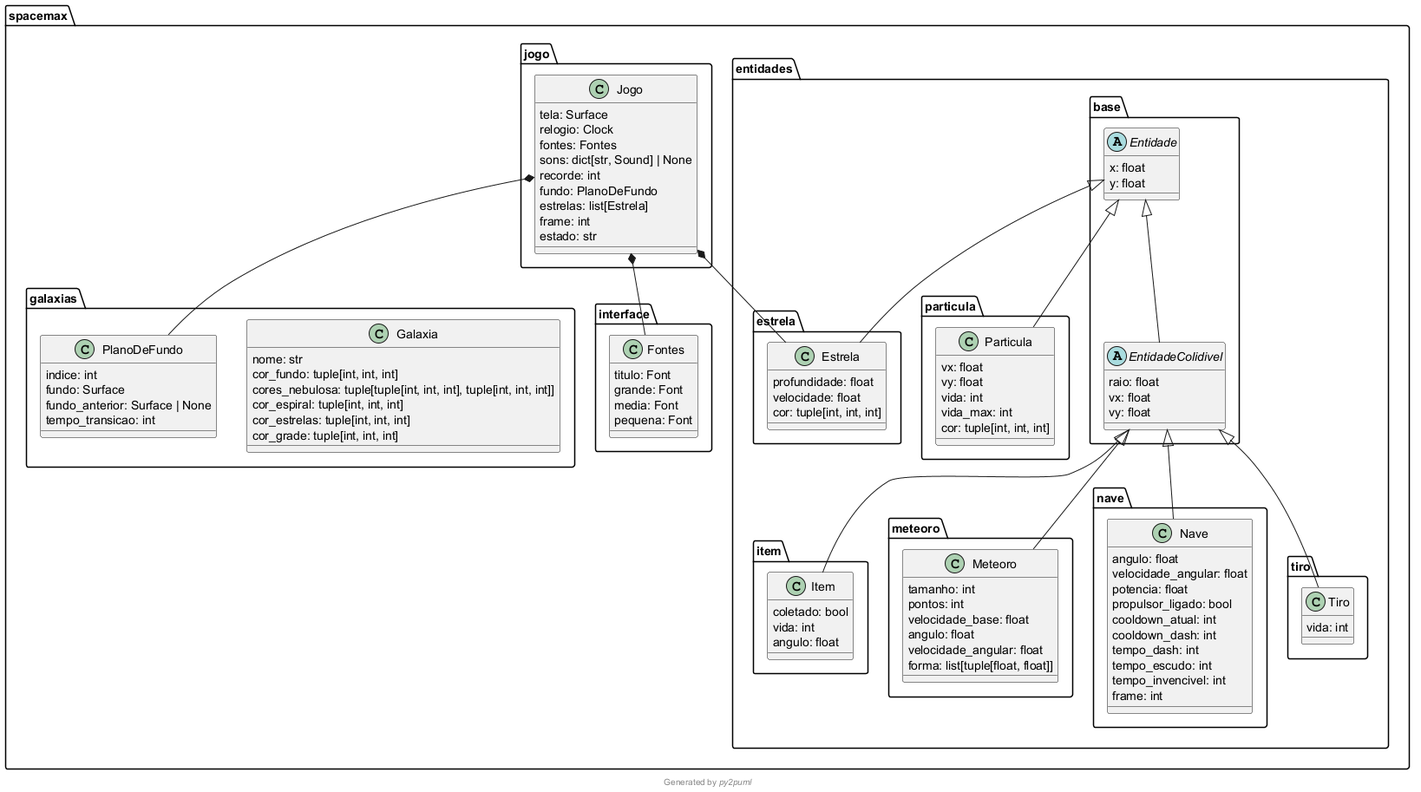
Earlier version of the PlantUML export docs/uml/imagens/classes_py2puml.png (viniciussantos184/SpaceMax).
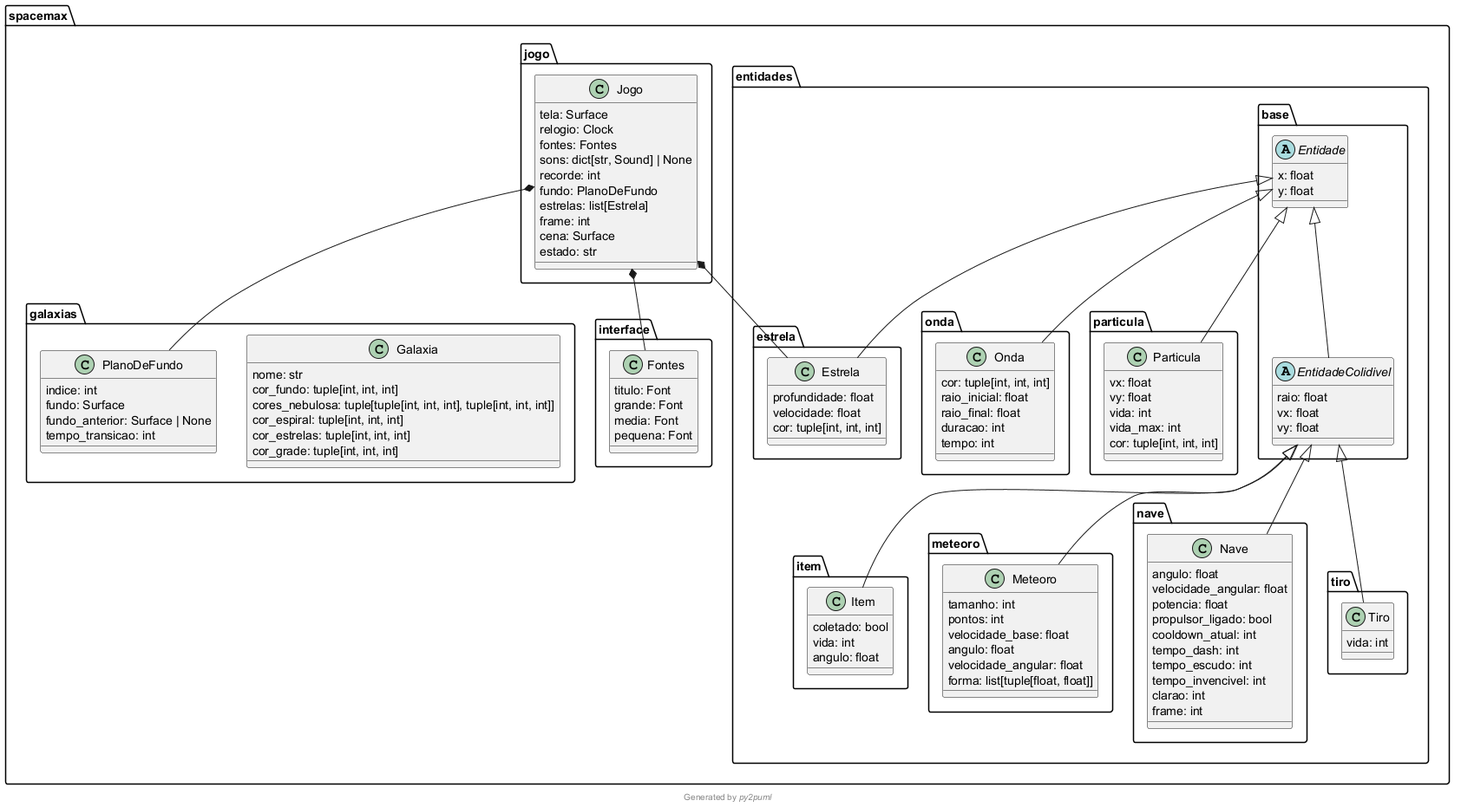
Above is the later version.

Diff of the diagram source:
```diff
@@ -34,11 +34,18 @@
   potencia: float
   propulsor_ligado: bool
   cooldown_atual: int
-  cooldown_dash: int
   tempo_dash: int
   tempo_escudo: int
   tempo_invencivel: int
+  clarao: int
   frame: int
+}
+class spacemax.entidades.onda.Onda {
+  cor: tuple[int, int, int]
+  raio_inicial: float
+  raio_final: float
+  duracao: int
+  tempo: int
 }
 class spacemax.entidades.particula.Particula {
   vx: float
@@ -79,6 +86,7 @@
   fundo: PlanoDeFundo
   estrelas: list[Estrela]
   frame: int
+  cena: Surface
   estado: str
 }
 spacemax.entidades.base.Entidade <|-- spacemax.entidades.base.EntidadeColidivel
@@ -86,6 +94,7 @@
 spacemax.entidades.base.EntidadeColidivel <|-- spacemax.entidades.item.Item
 spacemax.entidades.base.EntidadeColidivel <|-- spacemax.entidades.meteoro.Meteoro
 spacemax.entidades.base.EntidadeColidivel <|-- spacemax.entidades.nave.Nave
+spacemax.entidades.base.Entidade <|-- spacemax.entidades.onda.Onda
 spacemax.entidades.base.Entidade <|-- spacemax.entidades.particula.Particula
 spacemax.entidades.base.EntidadeColidivel <|-- spacemax.entidades.tiro.Tiro
 spacemax.jogo.Jogo *-- spacemax.interface.Fontes
```
